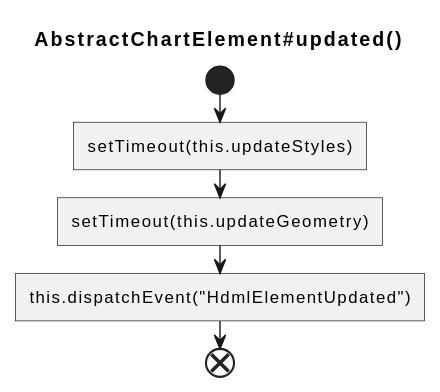
This is svg/renderer/AbstractChartElement_updated.svg from hdml-github/hdml-github.github.io, a PlantUML export, as it was before one commit.
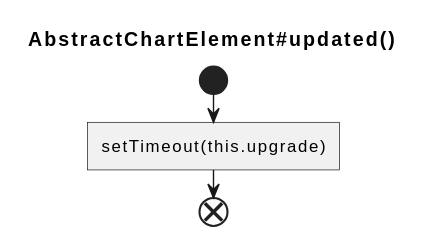
After the commit.

Change to the diagram source:
```diff
@@ -2,8 +2,6 @@
   title AbstractChartElement#updated()
 
   start
-    :setTimeout(this.updateStyles)]
-    :setTimeout(this.updateGeometry)]
-    :this.dispatchEvent("HdmlElementUpdated")]
+    :setTimeout(this.upgrade)]
   end
 @enduml
```
